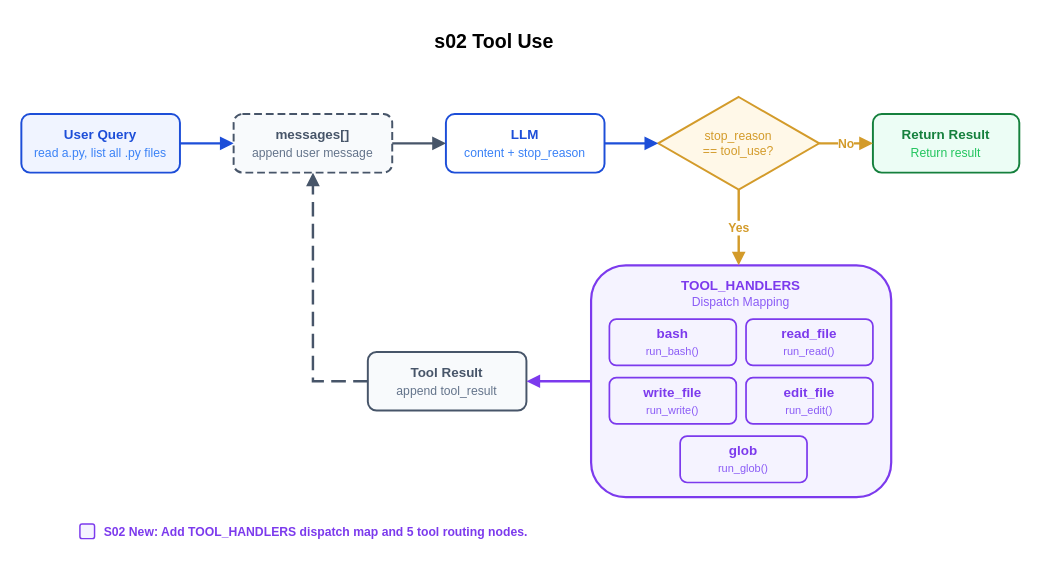
This is personal/10-Projects/learn-claude-code/diagrams/s02_tool_use.drawio from wanghaven/note, a draw.io file, before an edit. Source tidied: cells renumbered, new cells numbered last; positions are measured from the earlier drawing's top-left corner, leaving out a move shared by most shapes. Both pictures are drawn from the tidied source at 122%, with x=0, y=0 at pixel (21, 21).
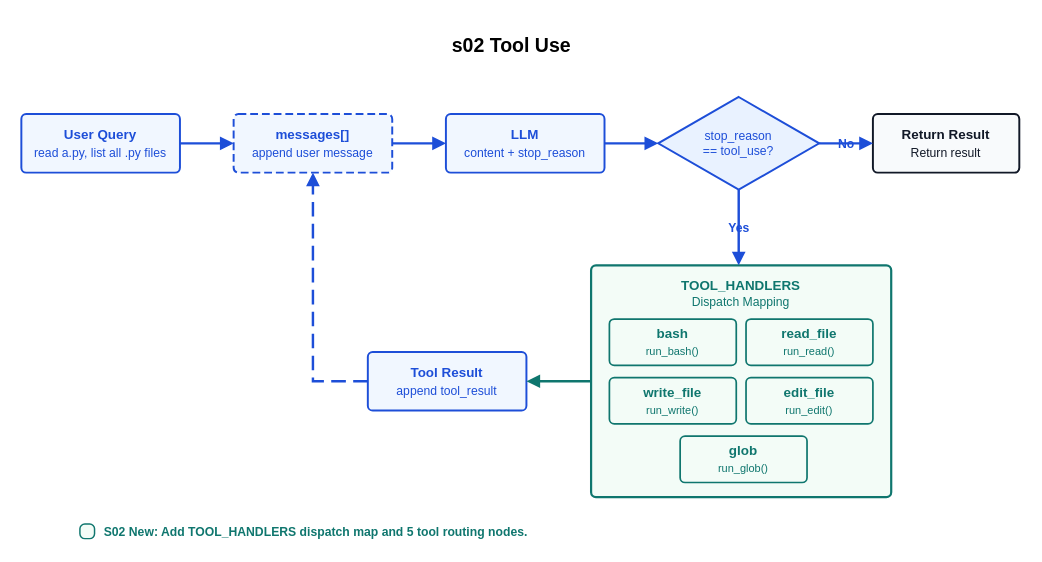
Above is the later version.

Diff of the diagram source:
```diff
@@
-    <mxCell id="2" value="&lt;font style=&quot;color: #1d4ed8; font-size: 11px; font-weight: bold; font-family: Helvetica;&quot;&gt;User Query&lt;/font&gt;&lt;br&gt;&lt;font style=&quot;color: #3b82f6; font-size: 10px; font-weight: normal; font-family: Helvetica;&quot;&gt;read a.py, list all .py files&lt;/font&gt;" style="rounded=1;whiteSpace=wrap;html=1;align=center;verticalAlign=middle;fillColor=#f0f4ff;strokeColor=#1d4ed8;strokeWidth=1.6;fontColor=#1e3a5f;fontSize=12;fontStyle=1;fontFamily=Helvetica;" parent="1" vertex="1">
+    <mxCell id="2" value="&lt;font style=&quot;ed8; font-size: 11px; font-weight: bold; font-family: Helvetica;&quot;&gt;User Query&lt;/font&gt;&lt;br&gt;&lt;font style=&quot;2f6; font-size: 10px; font-weight: normal; font-family: Helvetica;&quot;&gt;read a.py, list all .py files&lt;/font&gt;" style="rounded=1;whiteSpace=wrap;html=1;align=center;verticalAlign=middle;fillColor=#f1f7ff;strokeColor=#1d4ed8;strokeWidth=1.6;fontColor=#1d4ed8;fontSize=12;fontStyle=1;fontFamily=Helvetica;absoluteArcSize=1;arcSize=8;labelBackgroundColor=none;" parent="1" vertex="1">
       <mxGeometry y="76" width="130" height="48" as="geometry" />
     </mxCell>
-    <mxCell id="3" value="&lt;font style=&quot;color: #475569; font-size: 11px; font-weight: bold; font-family: Helvetica;&quot;&gt;messages[]&lt;/font&gt;&lt;br&gt;&lt;font style=&quot;color: #64748b; font-size: 10px; font-weight: normal; font-family: Helvetica;&quot;&gt;append user message&lt;/font&gt;" style="rounded=1;whiteSpace=wrap;html=1;align=center;verticalAlign=middle;fillColor=#f8fafc;strokeColor=#475569;strokeWidth=1.6;fontColor=#0f172a;fontSize=12;fontStyle=0;dashed=1;dashPattern=4 2;fontFamily=Helvetica;" parent="1" vertex="1">
+    <mxCell id="3" value="&lt;font style=&quot;font-size: 11px; font-weight: bold; font-family: Helvetica;&quot;&gt;messages[]&lt;/font&gt;&lt;br&gt;&lt;font style=&quot;48b; font-size: 10px; font-weight: normal; font-family: Helvetica;&quot;&gt;append user message&lt;/font&gt;" style="rounded=1;whiteSpace=wrap;html=1;align=center;verticalAlign=middle;fillColor=#f1f7ff;strokeColor=#1d4ed8;strokeWidth=1.6;fontColor=#1d4ed8;fontSize=12;fontStyle=0;dashed=1;dashPattern=4 2;fontFamily=Helvetica;absoluteArcSize=1;arcSize=8;labelBackgroundColor=none;" parent="1" vertex="1">
       <mxGeometry x="174" y="76" width="130" height="48" as="geometry" />
     </mxCell>
-    <mxCell id="4" value="&lt;font style=&quot;color: #1d4ed8; font-size: 11px; font-weight: bold; font-family: Helvetica;&quot;&gt;LLM&lt;/font&gt;&lt;br&gt;&lt;font style=&quot;color: #3b82f6; font-size: 10px; font-weight: normal; font-family: Helvetica;&quot;&gt;content + stop_reason&lt;/font&gt;" style="rounded=1;whiteSpace=wrap;html=1;align=center;verticalAlign=middle;fillColor=#ffffff;strokeColor=#1d4ed8;strokeWidth=1.6;fontColor=#1e3a5f;fontSize=12;fontStyle=1;fontFamily=Helvetica;" parent="1" vertex="1">
+    <mxCell id="4" value="&lt;font style=&quot;ed8; font-size: 11px; font-weight: bold; font-family: Helvetica;&quot;&gt;LLM&lt;/font&gt;&lt;br&gt;&lt;font style=&quot;2f6; font-size: 10px; font-weight: normal; font-family: Helvetica;&quot;&gt;content + stop_reason&lt;/font&gt;" style="rounded=1;whiteSpace=wrap;html=1;align=center;verticalAlign=middle;fillColor=#f1f7ff;strokeColor=#1d4ed8;strokeWidth=1.6;fontColor=#1d4ed8;fontSize=12;fontStyle=1;fontFamily=Helvetica;absoluteArcSize=1;arcSize=8;labelBackgroundColor=none;" parent="1" vertex="1">
       <mxGeometry x="348" y="76" width="130" height="48" as="geometry" />
     </mxCell>
-    <mxCell id="5" value="&lt;font style=&quot;color: #d39b2a; font-size: 10px; font-weight: normal; font-family: Helvetica;&quot;&gt;stop_reason&lt;/font&gt;&lt;br&gt;&lt;font style=&quot;color: #d39b2a; font-size: 10px; font-weight: normal; font-family: Helvetica;&quot;&gt;== tool_use?&lt;/font&gt;" style="rounded=0;whiteSpace=wrap;html=1;align=center;verticalAlign=middle;fillColor=#fff8e8;strokeColor=#d39b2a;strokeWidth=1.6;fontColor=#d39b2a;fontSize=10;fontStyle=0;shape=rhombus;perimeter=rhombusPerimeter;spacing=4;fontFamily=Helvetica;" parent="1" vertex="1">
+    <mxCell id="5" value="&lt;font style=&quot;b2a; font-size: 10px; font-weight: normal; font-family: Helvetica;&quot;&gt;stop_reason&lt;/font&gt;&lt;br&gt;&lt;font style=&quot;b2a; font-size: 10px; font-weight: normal; font-family: Helvetica;&quot;&gt;== tool_use?&lt;/font&gt;" style="html=1;whiteSpace=wrap;align=center;verticalAlign=middle;rounded=0;shape=rhombus;perimeter=rhombusPerimeter;spacing=4;fillColor=#e9f2ff;strokeColor=#1d4ed8;strokeWidth=1.6;fontColor=#1d4ed8;fontSize=10;fontStyle=0;fontFamily=Helvetica;labelBackgroundColor=none;" parent="1" vertex="1">
       <mxGeometry x="522" y="62" width="132" height="76" as="geometry" />
     </mxCell>
-    <mxCell id="6" value="&lt;font style=&quot;color: #15803d; font-size: 11px; font-weight: bold; font-family: Helvetica;&quot;&gt;Return Result&lt;/font&gt;&lt;br&gt;&lt;font style=&quot;color: #22c55e; font-size: 10px; font-weight: normal; font-family: Helvetica;&quot;&gt;Return result&lt;/font&gt;" style="rounded=1;whiteSpace=wrap;html=1;align=center;verticalAlign=middle;fillColor=#ecfdf5;strokeColor=#15803d;strokeWidth=1.6;fontColor=#166534;fontSize=12;fontStyle=1;fontFamily=Helvetica;" parent="1" vertex="1">
+    <mxCell id="6" value="&lt;font style=&quot;03d; font-size: 11px; font-weight: bold; font-family: Helvetica;&quot;&gt;Return Result&lt;/font&gt;&lt;br&gt;&lt;font style=&quot;55e; font-size: 10px; font-weight: normal; font-family: Helvetica;&quot;&gt;Return result&lt;/font&gt;" style="html=1;whiteSpace=wrap;align=center;verticalAlign=middle;rounded=1;fillColor=#f8fafc;strokeColor=#111827;strokeWidth=1.6;fontColor=#111827;fontSize=12;fontStyle=1;fontFamily=Helvetica;absoluteArcSize=1;arcSize=8;labelBackgroundColor=none;" parent="1" vertex="1">
       <mxGeometry x="698" y="76" width="120" height="48" as="geometry" />
     </mxCell>
-    <mxCell id="7" value="&lt;font style=&quot;color: #7c3aed; font-size: 11px; font-weight: bold; font-family: Helvetica;&quot;&gt;TOOL_HANDLERS&lt;/font&gt;&lt;br&gt;&lt;font style=&quot;color: #8b5cf6; font-size: 10px; font-weight: normal; font-family: Helvetica;&quot;&gt;Dispatch Mapping&lt;/font&gt;" style="rounded=1;whiteSpace=wrap;html=1;align=center;verticalAlign=top;spacingTop=4;fillColor=#f5f3ff;strokeColor=#7c3aed;strokeWidth=1.8;fontColor=#7c3aed;fontSize=11;fontStyle=1;fontFamily=Helvetica;" parent="1" vertex="1">
+    <mxCell id="7" value="&lt;font style=&quot;aed; font-size: 11px; font-weight: bold; font-family: Helvetica;&quot;&gt;TOOL_HANDLERS&lt;/font&gt;&lt;br&gt;&lt;font style=&quot;cf6; font-size: 10px; font-weight: normal; font-family: Helvetica;&quot;&gt;Dispatch Mapping&lt;/font&gt;" style="rounded=1;whiteSpace=wrap;html=1;align=center;verticalAlign=top;spacingTop=4;fillColor=#f3fcf7;strokeColor=#0f766e;strokeWidth=1.8;fontColor=#0f766e;fontSize=11;fontStyle=1;fontFamily=Helvetica;absoluteArcSize=1;arcSize=8;labelBackgroundColor=none;" parent="1" vertex="1">
       <mxGeometry x="467" y="200" width="246" height="190" as="geometry" />
     </mxCell>
-    <mxCell id="8" value="&lt;font style=&quot;color: #7c3aed; font-size: 11px; font-weight: bold; font-family: Helvetica;&quot;&gt;bash&lt;/font&gt;&lt;br&gt;&lt;font style=&quot;color: #8b5cf6; font-size: 9px; font-weight: normal; font-family: Helvetica;&quot;&gt;run_bash()&lt;/font&gt;" style="rounded=1;whiteSpace=wrap;html=1;align=center;verticalAlign=middle;fillColor=#f5f3ff;strokeColor=#7c3aed;strokeWidth=1.4;fontColor=#7c3aed;fontSize=11;fontStyle=0;fontFamily=Helvetica;" parent="1" vertex="1">
+    <mxCell id="8" value="&lt;font style=&quot;aed; font-size: 11px; font-weight: bold; font-family: Helvetica;&quot;&gt;bash&lt;/font&gt;&lt;br&gt;&lt;font style=&quot;cf6; font-size: 9px; font-weight: normal; font-family: Helvetica;&quot;&gt;run_bash()&lt;/font&gt;" style="rounded=1;whiteSpace=wrap;html=1;align=center;verticalAlign=middle;fillColor=#f3fcf7;strokeColor=#0f766e;strokeWidth=1.4;fontColor=#0f766e;fontSize=11;fontStyle=0;fontFamily=Helvetica;absoluteArcSize=1;arcSize=8;labelBackgroundColor=none;" parent="1" vertex="1">
       <mxGeometry x="482" y="244" width="104" height="38" as="geometry" />
     </mxCell>
-    <mxCell id="9" value="&lt;font style=&quot;color: #7c3aed; font-size: 11px; font-weight: bold; font-family: Helvetica;&quot;&gt;read_file&lt;/font&gt;&lt;br&gt;&lt;font style=&quot;color: #8b5cf6; font-size: 9px; font-weight: normal; font-family: Helvetica;&quot;&gt;run_read()&lt;/font&gt;" style="rounded=1;whiteSpace=wrap;html=1;align=center;verticalAlign=middle;fillColor=#f5f3ff;strokeColor=#7c3aed;strokeWidth=1.4;fontColor=#7c3aed;fontSize=11;fontStyle=0;fontFamily=Helvetica;" parent="1" vertex="1">
+    <mxCell id="9" value="&lt;font style=&quot;aed; font-size: 11px; font-weight: bold; font-family: Helvetica;&quot;&gt;read_file&lt;/font&gt;&lt;br&gt;&lt;font style=&quot;cf6; font-size: 9px; font-weight: normal; font-family: Helvetica;&quot;&gt;run_read()&lt;/font&gt;" style="rounded=1;whiteSpace=wrap;html=1;align=center;verticalAlign=middle;fillColor=#f3fcf7;strokeColor=#0f766e;strokeWidth=1.4;fontColor=#0f766e;fontSize=11;fontStyle=0;fontFamily=Helvetica;absoluteArcSize=1;arcSize=8;labelBackgroundColor=none;" parent="1" vertex="1">
       <mxGeometry x="594" y="244" width="104" height="38" as="geometry" />
     </mxCell>
-    <mxCell id="10" value="&lt;font style=&quot;color: #7c3aed; font-size: 11px; font-weight: bold; font-family: Helvetica;&quot;&gt;write_file&lt;/font&gt;&lt;br&gt;&lt;font style=&quot;color: #8b5cf6; font-size: 9px; font-weight: normal; font-family: Helvetica;&quot;&gt;run_write()&lt;/font&gt;" style="rounded=1;whiteSpace=wrap;html=1;align=center;verticalAlign=middle;fillColor=#f5f3ff;strokeColor=#7c3aed;strokeWidth=1.4;fontColor=#7c3aed;fontSize=11;fontStyle=0;fontFamily=Helvetica;" parent="1" vertex="1">
+    <mxCell id="10" value="&lt;font style=&quot;aed; font-size: 11px; font-weight: bold; font-family: Helvetica;&quot;&gt;write_file&lt;/font&gt;&lt;br&gt;&lt;font style=&quot;cf6; font-size: 9px; font-weight: normal; font-family: Helvetica;&quot;&gt;run_write()&lt;/font&gt;" style="rounded=1;whiteSpace=wrap;html=1;align=center;verticalAlign=middle;fillColor=#f3fcf7;strokeColor=#0f766e;strokeWidth=1.4;fontColor=#0f766e;fontSize=11;fontStyle=0;fontFamily=Helvetica;absoluteArcSize=1;arcSize=8;labelBackgroundColor=none;" parent="1" vertex="1">
       <mxGeometry x="482" y="292" width="104" height="38" as="geometry" />
     </mxCell>
-    <mxCell id="11" value="&lt;font style=&quot;color: #7c3aed; font-size: 11px; font-weight: bold; font-family: Helvetica;&quot;&gt;glob&lt;/font&gt;&lt;br&gt;&lt;font style=&quot;color: #8b5cf6; font-size: 9px; font-weight: normal; font-family: Helvetica;&quot;&gt;run_glob()&lt;/font&gt;" style="rounded=1;whiteSpace=wrap;html=1;align=center;verticalAlign=middle;fillColor=#f5f3ff;strokeColor=#7c3aed;strokeWidth=1.4;fontColor=#7c3aed;fontSize=11;fontStyle=0;fontFamily=Helvetica;" parent="1" vertex="1">
+    <mxCell id="11" value="&lt;font style=&quot;aed; font-size: 11px; font-weight: bold; font-family: Helvetica;&quot;&gt;glob&lt;/font&gt;&lt;br&gt;&lt;font style=&quot;cf6; font-size: 9px; font-weight: normal; font-family: Helvetica;&quot;&gt;run_glob()&lt;/font&gt;" style="rounded=1;whiteSpace=wrap;html=1;align=center;verticalAlign=middle;fillColor=#f3fcf7;strokeColor=#0f766e;strokeWidth=1.4;fontColor=#0f766e;fontSize=11;fontStyle=0;fontFamily=Helvetica;absoluteArcSize=1;arcSize=8;labelBackgroundColor=none;" parent="1" vertex="1">
       <mxGeometry x="540" y="340" width="104" height="38" as="geometry" />
     </mxCell>
-    <mxCell id="12" value="&lt;font style=&quot;color: #7c3aed; font-size: 11px; font-weight: bold; font-family: Helvetica;&quot;&gt;edit_file&lt;/font&gt;&lt;br&gt;&lt;font style=&quot;color: #8b5cf6; font-size: 9px; font-weight: normal; font-family: Helvetica;&quot;&gt;run_edit()&lt;/font&gt;" style="rounded=1;whiteSpace=wrap;html=1;align=center;verticalAlign=middle;fillColor=#f5f3ff;strokeColor=#7c3aed;strokeWidth=1.4;fontColor=#7c3aed;fontSize=11;fontStyle=0;fontFamily=Helvetica;" parent="1" vertex="1">
+    <mxCell id="12" value="&lt;font style=&quot;aed; font-size: 11px; font-weight: bold; font-family: Helvetica;&quot;&gt;edit_file&lt;/font&gt;&lt;br&gt;&lt;font style=&quot;cf6; font-size: 9px; font-weight: normal; font-family: Helvetica;&quot;&gt;run_edit()&lt;/font&gt;" style="rounded=1;whiteSpace=wrap;html=1;align=center;verticalAlign=middle;fillColor=#f3fcf7;strokeColor=#0f766e;strokeWidth=1.4;fontColor=#0f766e;fontSize=11;fontStyle=0;fontFamily=Helvetica;absoluteArcSize=1;arcSize=8;labelBackgroundColor=none;" parent="1" vertex="1">
       <mxGeometry x="594" y="292" width="104" height="38" as="geometry" />
     </mxCell>
-    <mxCell id="13" value="&lt;font style=&quot;color: #475569; font-size: 11px; font-weight: bold; font-family: Helvetica;&quot;&gt;Tool Result&lt;/font&gt;&lt;br&gt;&lt;font style=&quot;color: #64748b; font-size: 10px; font-weight: normal; font-family: Helvetica;&quot;&gt;append tool_result&lt;/font&gt;" style="rounded=1;whiteSpace=wrap;html=1;align=center;verticalAlign=middle;fillColor=#f8fafc;strokeColor=#475569;strokeWidth=1.6;fontColor=#0f172a;fontSize=12;fontStyle=0;fontFamily=Helvetica;" parent="1" vertex="1">
+    <mxCell id="13" value="&lt;font style=&quot;font-size: 11px; font-weight: bold; font-family: Helvetica;&quot;&gt;Tool Result&lt;/font&gt;&lt;br&gt;&lt;font style=&quot;48b; font-size: 10px; font-weight: normal; font-family: Helvetica;&quot;&gt;append tool_result&lt;/font&gt;" style="rounded=1;whiteSpace=wrap;html=1;align=center;verticalAlign=middle;fillColor=#f1f7ff;strokeColor=#1d4ed8;strokeWidth=1.6;fontColor=#1d4ed8;fontSize=12;fontStyle=0;fontFamily=Helvetica;absoluteArcSize=1;arcSize=8;labelBackgroundColor=none;" parent="1" vertex="1">
       <mxGeometry x="284" y="271" width="130" height="48" as="geometry" />
     </mxCell>
-    <mxCell id="14" style="edgeStyle=orthogonalEdgeStyle;rounded=0;jettySize=auto;html=1;strokeColor=#1d4ed8;strokeWidth=2;endArrow=block;endFill=1;fontSize=10;fontColor=#1d4ed8;fontStyle=1;" parent="1" edge="1" source="2" target="3">
+    <mxCell id="14" style="edgeStyle=orthogonalEdgeStyle;rounded=0;jettySize=auto;html=1;strokeColor=#1d4ed8;strokeWidth=2;endArrow=block;endFill=1;fontSize=10;fontColor=#1d4ed8;fontStyle=1;labelBackgroundColor=none;" parent="1" edge="1" source="2" target="3">
       <mxGeometry relative="1" as="geometry" />
     </mxCell>
-    <mxCell id="15" style="edgeStyle=orthogonalEdgeStyle;rounded=0;jettySize=auto;html=1;strokeColor=#475569;strokeWidth=2;endArrow=block;endFill=1;fontSize=10;fontColor=#475569;fontStyle=1;" parent="1" edge="1" source="3" target="4">
+    <mxCell id="15" style="edgeStyle=orthogonalEdgeStyle;rounded=0;jettySize=auto;html=1;strokeColor=#1d4ed8;strokeWidth=2;endArrow=block;endFill=1;fontSize=10;fontColor=#1d4ed8;fontStyle=1;labelBackgroundColor=none;" parent="1" edge="1" source="3" target="4">
       <mxGeometry relative="1" as="geometry" />
     </mxCell>
-    <mxCell id="16" style="edgeStyle=orthogonalEdgeStyle;rounded=0;jettySize=auto;html=1;strokeColor=#1d4ed8;strokeWidth=2;endArrow=block;endFill=1;fontSize=10;fontColor=#1d4ed8;fontStyle=1;" parent="1" edge="1" source="4" target="5">
+    <mxCell id="16" style="html=1;rounded=0;strokeColor=#1d4ed8;strokeWidth=2;edgeStyle=orthogonalEdgeStyle;jettySize=auto;endArrow=block;endFill=1;fontColor=#1d4ed8;fontSize=10;fontStyle=1;labelBackgroundColor=none;" parent="1" edge="1" source="4" target="5">
       <mxGeometry relative="1" as="geometry" />
     </mxCell>
-    <mxCell id="17" value="No" style="edgeStyle=orthogonalEdgeStyle;rounded=0;jettySize=auto;html=1;strokeColor=#d39b2a;strokeWidth=2;endArrow=block;endFill=1;fontSize=10;fontColor=#d39b2a;fontStyle=1;" parent="1" edge="1" source="5" target="6">
+    <mxCell id="17" value="No" style="html=1;rounded=0;strokeColor=#1d4ed8;strokeWidth=2;edgeStyle=orthogonalEdgeStyle;jettySize=auto;endArrow=block;endFill=1;fontColor=#1d4ed8;fontSize=10;fontStyle=1;labelBackgroundColor=none;" parent="1" edge="1" source="5" target="6">
       <mxGeometry relative="1" as="geometry" />
     </mxCell>
-    <mxCell id="18" value="Yes" style="edgeStyle=orthogonalEdgeStyle;rounded=0;jettySize=auto;html=1;strokeColor=#d39b2a;strokeWidth=2;endArrow=block;endFill=1;fontSize=10;fontColor=#d39b2a;fontStyle=1;" parent="1" edge="1" source="5" target="7">
+    <mxCell id="18" value="Yes" style="html=1;rounded=0;strokeColor=#1d4ed8;strokeWidth=2;edgeStyle=orthogonalEdgeStyle;jettySize=auto;endArrow=block;endFill=1;fontColor=#1d4ed8;fontSize=10;fontStyle=1;labelBackgroundColor=none;" parent="1" edge="1" source="5" target="7">
       <mxGeometry relative="1" as="geometry">
         <Array as="points">
           <mxPoint x="588" y="170" />
           <mxPoint x="588" y="190" />
         </Array>
       </mxGeometry>
     </mxCell>
-    <mxCell id="19" style="edgeStyle=orthogonalEdgeStyle;rounded=0;jettySize=auto;html=1;strokeColor=#7c3aed;strokeWidth=2;endArrow=block;endFill=1;fontSize=10;fontColor=#7c3aed;fontStyle=1;entryX=1;entryY=0.5;entryDx=0;entryDy=0;" parent="1" edge="1" source="7" target="13">
+    <mxCell id="19" style="edgeStyle=orthogonalEdgeStyle;rounded=0;jettySize=auto;html=1;strokeColor=#0f766e;strokeWidth=2;endArrow=block;endFill=1;fontSize=10;fontColor=#0f766e;fontStyle=1;entryX=1;entryY=0.5;entryDx=0;entryDy=0;labelBackgroundColor=none;" parent="1" edge="1" source="7" target="13">
       <mxGeometry relative="1" as="geometry" />
     </mxCell>
-    <mxCell id="20" style="edgeStyle=orthogonalEdgeStyle;rounded=0;jettySize=auto;html=1;strokeColor=#475569;strokeWidth=2;endArrow=block;endFill=1;fontSize=10;fontColor=#475569;fontStyle=1;dashed=1;dashPattern=6 3;exitX=0;exitY=0.5;exitDx=0;exitDy=0;exitPerimeter=0;" parent="1" edge="1" source="13" target="3">
+    <mxCell id="20" style="edgeStyle=orthogonalEdgeStyle;rounded=0;jettySize=auto;html=1;strokeColor=#1d4ed8;strokeWidth=2;endArrow=block;endFill=1;fontSize=10;fontColor=#1d4ed8;fontStyle=1;dashed=1;dashPattern=6 3;exitX=0;exitY=0.5;exitDx=0;exitDy=0;exitPerimeter=0;labelBackgroundColor=none;" parent="1" edge="1" source="13" target="3">
       <mxGeometry relative="1" as="geometry">
         <Array as="points">
           <mxPoint x="239" y="295" />
         </Array>
       </mxGeometry>
     </mxCell>
-    <mxCell id="21" style="rounded=1;whiteSpace=wrap;html=1;fillColor=#f5f3ff;strokeColor=#7c3aed;strokeWidth=1.2;" parent="1" vertex="1">
+    <mxCell id="21" style="rounded=1;whiteSpace=wrap;html=1;fillColor=#f3fcf7;strokeColor=#0f766e;strokeWidth=1.2;fontColor=#0f766e;absoluteArcSize=1;arcSize=8;labelBackgroundColor=none;" parent="1" vertex="1">
       <mxGeometry x="48" y="412" width="12" height="12" as="geometry" />
     </mxCell>
-    <mxCell id="22" value="&lt;span style=&quot;color: rgb(124, 58, 237);&quot;&gt;S02 New: Add TOOL_HANDLERS dispatch map and 5 tool routing nodes.&lt;/span&gt;" style="text;html=1;strokeColor=none;fillColor=none;align=left;verticalAlign=middle;whiteSpace=wrap;rounded=0;fontColor=#7c3aed;fontSize=10;fontStyle=1;" parent="1" vertex="1">
+    <mxCell id="22" value="&lt;span style=&quot;&quot;&gt;S02 New: Add TOOL_HANDLERS dispatch map and 5 tool routing nodes.&lt;/span&gt;" style="text=1;html=1;whiteSpace=wrap;align=left;verticalAlign=middle;rounded=0;fillColor=none;strokeColor=none;fontColor=#0f766e;fontSize=10;fontStyle=1;labelBackgroundColor=none;" parent="1" vertex="1">
       <mxGeometry x="66" y="409" width="478" height="18" as="geometry" />
     </mxCell>
-    <mxCell id="23" value="&lt;span style=&quot;font-family: Helvetica; font-size: 16px; font-style: normal; font-variant-ligatures: normal; font-variant-caps: normal; font-weight: 700; letter-spacing: normal; orphans: 2; text-align: center; text-indent: 0px; text-transform: none; widows: 2; word-spacing: 0px; -webkit-text-stroke-width: 0px; white-space: normal; text-decoration-thickness: initial; text-decoration-style: initial; text-decoration-color: initial; float: none; display: inline !important;&quot;&gt;s02 Tool Use&lt;/span&gt;" style="text;whiteSpace=wrap;html=1;fontColor=default;" parent="1" vertex="1">
+    <mxCell id="23" value="&lt;span style=&quot;font-family: Helvetica; font-size: 16px; font-style: normal; font-variant-ligatures: normal; font-variant-caps: normal; font-weight: 700; letter-spacing: normal; orphans: 2; text-align: center; text-indent: 0px; text-transform: none; widows: 2; word-spacing: 0px; -webkit-text-stroke-width: 0px; white-space: normal; text-decoration-thickness: initial; text-decoration-style: initial; text-decoration-color: initial; float: none; display: inline !important;&quot;&gt;s02 Tool Use&lt;/span&gt;" style="text=1;html=1;whiteSpace=wrap;align=center;verticalAlign=middle;rounded=0;fillColor=none;strokeColor=none;fontColor=default;fontStyle=1;labelBackgroundColor=none;" parent="1" vertex="1">
       <mxGeometry x="337" width="130" height="40" as="geometry" />
     </mxCell>
```
